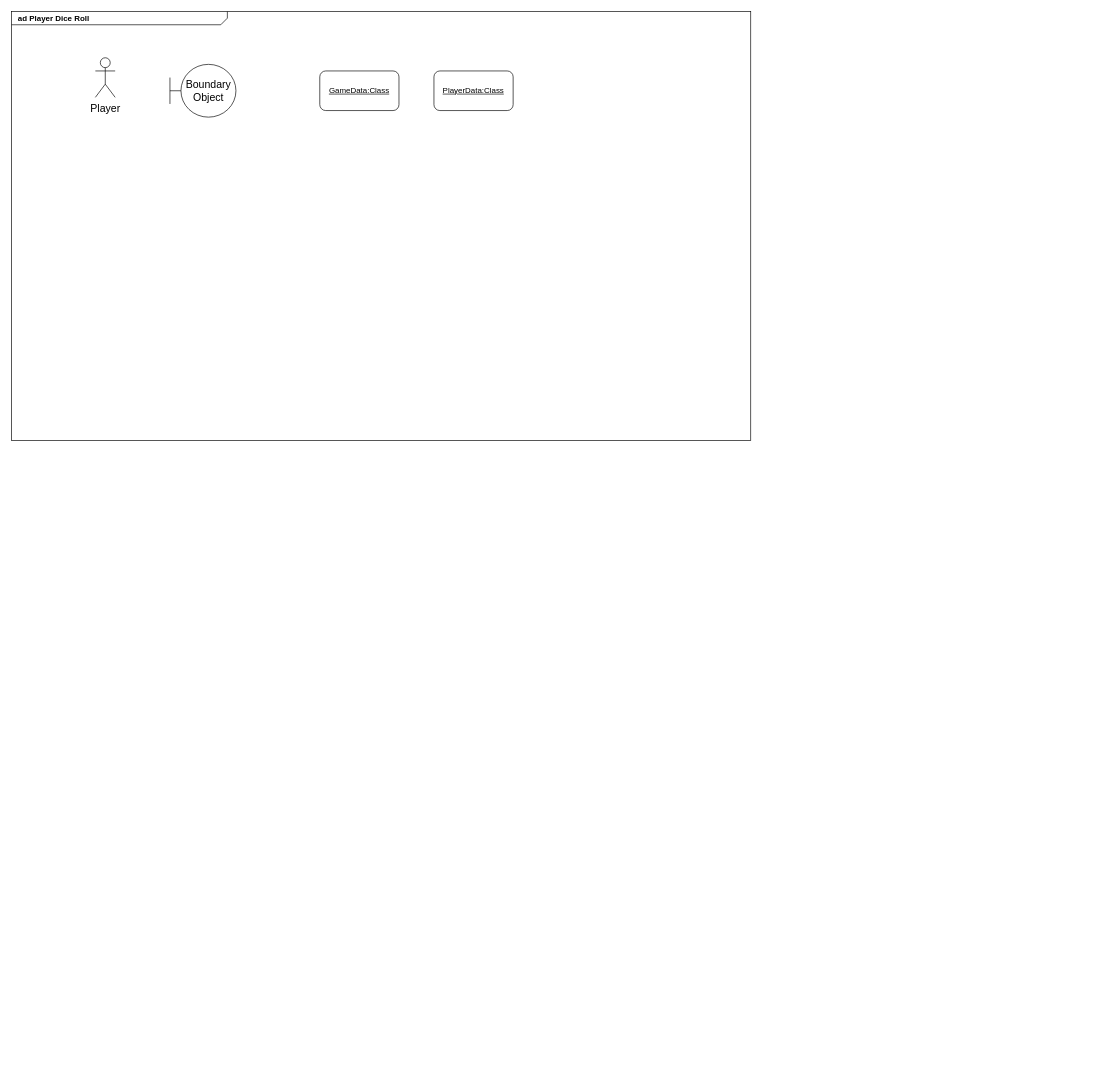
Before: Untitled Diagram.drawio in ZBrr271/Diagrams, a draw.io diagram. Source tidied: cells renumbered, new cells numbered last; positions are measured from the earlier drawing's top-left corner, leaving out a move shared by most shapes. Both pictures are drawn from the tidied source at 66%, with x=0, y=0 at pixel (11, 11).
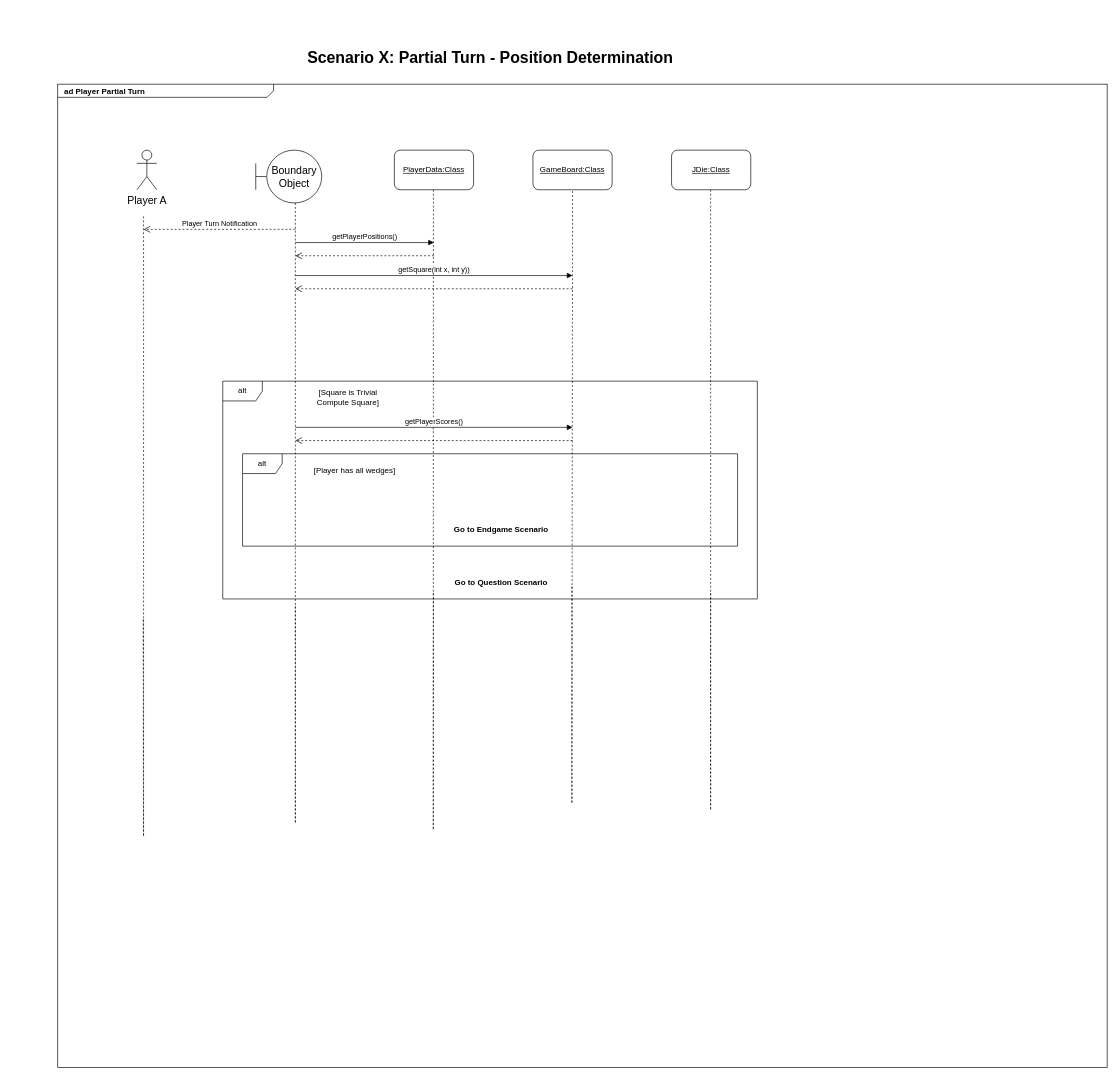
Above is the later version.

The edit, as a diff of the source:
```diff
@@
-    <mxCell id="2" value="&lt;p style=&quot;margin: 0px ; margin-top: 4px ; margin-left: 10px ; text-align: left&quot;&gt;&lt;b&gt;ad Player Dice Roll&lt;/b&gt;&lt;/p&gt;" style="html=1;strokeWidth=1;shape=mxgraph.sysml.package;html=1;overflow=fill;whiteSpace=wrap;fillColor=none;gradientColor=none;fontSize=12;align=center;labelX=327.64;" parent="1" vertex="1">
-      <mxGeometry width="1120" height="650" as="geometry" />
+    <mxCell id="2" value="&lt;p style=&quot;margin: 0px ; margin-top: 4px ; margin-left: 10px ; text-align: left&quot;&gt;&lt;b&gt;ad Player Partial Turn&lt;/b&gt;&lt;/p&gt;" style="html=1;strokeWidth=1;shape=mxgraph.sysml.package;html=1;overflow=fill;whiteSpace=wrap;fillColor=none;gradientColor=none;fontSize=12;align=center;labelX=327.64;" parent="1" vertex="1">
+      <mxGeometry x="70" y="110" width="1590" height="1490" as="geometry" />
     </mxCell>
     <mxCell id="3" value="Boundary Object" style="shape=umlBoundary;whiteSpace=wrap;html=1;fontSize=16;" parent="1" vertex="1">
-      <mxGeometry x="240" y="80" width="100" height="80" as="geometry" />
+      <mxGeometry x="370" y="210" width="100" height="80" as="geometry" />
     </mxCell>
-    <mxCell id="4" value="Player" style="shape=umlActor;html=1;verticalLabelPosition=bottom;verticalAlign=top;align=center;fontSize=16;" parent="1" vertex="1">
-      <mxGeometry x="127" y="70" width="30" height="60" as="geometry" />
+    <mxCell id="4" value="Player A" style="shape=umlActor;html=1;verticalLabelPosition=bottom;verticalAlign=top;align=center;fontSize=16;" parent="1" vertex="1">
+      <mxGeometry x="190" y="210" width="30" height="60" as="geometry" />
     </mxCell>
-    <mxCell id="5" value="&lt;u&gt;GameData:Class&lt;/u&gt;" style="rounded=1;whiteSpace=wrap;html=1;" parent="1" vertex="1">
-      <mxGeometry x="467" y="90" width="120" height="60" as="geometry" />
-    </mxCell>
     <mxCell id="6" value="&lt;u&gt;PlayerData:Class&lt;/u&gt;" style="rounded=1;whiteSpace=wrap;html=1;" parent="1" vertex="1">
-      <mxGeometry x="640" y="90" width="120" height="60" as="geometry" />
+      <mxGeometry x="580" y="210" width="120" height="60" as="geometry" />
     </mxCell>
+    <mxCell id="7" value="&lt;u&gt;JDie:Class&lt;/u&gt;" style="rounded=1;whiteSpace=wrap;html=1;" parent="1" vertex="1">
+      <mxGeometry x="1000" y="210" width="120" height="60" as="geometry" />
+    </mxCell>
+    <mxCell id="8" value="&lt;u&gt;GameBoard:Class&lt;/u&gt;" style="rounded=1;whiteSpace=wrap;html=1;" parent="1" vertex="1">
+      <mxGeometry x="790" y="210" width="120" height="60" as="geometry" />
+    </mxCell>
+    <mxCell id="9" value="Scenario X: Partial Turn - Position Determination" style="text;strokeColor=none;fillColor=none;html=1;fontSize=24;fontStyle=1;verticalAlign=middle;align=center;" parent="1" vertex="1">
+      <mxGeometry x="440" y="50" width="570" height="40" as="geometry" />
+    </mxCell>
+    <mxCell id="10" style="endArrow=none;dashed=1;html=1;rounded=0;exitX=0.05;exitY=0.544;exitDx=0;exitDy=0;exitPerimeter=0;" parent="1" edge="1">
+      <mxGeometry relative="1" as="geometry">
+        <mxPoint x="199.5" y="920.6" as="sourcePoint" />
+        <mxPoint x="200" y="310" as="targetPoint" />
+        <Array as="points">
+          <mxPoint x="200" y="1250" />
+        </Array>
+      </mxGeometry>
+    </mxCell>
+    <mxCell id="11" style="endArrow=none;dashed=1;html=1;rounded=0;exitX=0.05;exitY=0.544;exitDx=0;exitDy=0;exitPerimeter=0;" parent="1" edge="1">
+      <mxGeometry relative="1" as="geometry">
+        <mxPoint x="430" y="901" as="sourcePoint" />
+        <mxPoint x="430" y="290" as="targetPoint" />
+        <Array as="points">
+          <mxPoint x="430" y="1230" />
+        </Array>
+      </mxGeometry>
+    </mxCell>
+    <mxCell id="12" style="endArrow=none;dashed=1;html=1;rounded=0;exitX=0.05;exitY=0.544;exitDx=0;exitDy=0;exitPerimeter=0;" parent="1" edge="1">
+      <mxGeometry relative="1" as="geometry">
+        <mxPoint x="1059.2" y="881" as="sourcePoint" />
+        <mxPoint x="1059.2" y="270" as="targetPoint" />
+        <Array as="points">
+          <mxPoint x="1059.2" y="1210" />
+        </Array>
+      </mxGeometry>
+    </mxCell>
+    <mxCell id="13" style="endArrow=none;dashed=1;html=1;rounded=0;exitX=0.05;exitY=0.544;exitDx=0;exitDy=0;exitPerimeter=0;" parent="1" edge="1">
+      <mxGeometry relative="1" as="geometry">
+        <mxPoint x="639.2" y="881" as="sourcePoint" />
+        <mxPoint x="639.2" y="270" as="targetPoint" />
+        <Array as="points">
+          <mxPoint x="639" y="1240" />
+        </Array>
+      </mxGeometry>
+    </mxCell>
+    <mxCell id="14" value="Player Turn Notification" style="html=1;verticalAlign=bottom;endArrow=open;dashed=1;endSize=8;edgeStyle=elbowEdgeStyle;elbow=vertical;curved=0;rounded=0;" parent="1" edge="1">
+      <mxGeometry relative="1" as="geometry">
+        <mxPoint x="430" y="330" as="sourcePoint" />
+        <mxPoint x="200" y="330" as="targetPoint" />
+      </mxGeometry>
+    </mxCell>
+    <mxCell id="15" value="getPlayerPositions()" style="html=1;verticalAlign=bottom;endArrow=block;edgeStyle=elbowEdgeStyle;elbow=vertical;curved=0;rounded=0;" parent="1" edge="1">
+      <mxGeometry relative="1" as="geometry">
+        <mxPoint x="430" y="350" as="sourcePoint" />
+        <mxPoint x="640" y="350" as="targetPoint" />
+      </mxGeometry>
+    </mxCell>
+    <mxCell id="16" style="html=1;verticalAlign=bottom;endArrow=open;dashed=1;endSize=8;edgeStyle=elbowEdgeStyle;elbow=vertical;curved=0;rounded=0;" parent="1" edge="1">
+      <mxGeometry relative="1" as="geometry">
+        <mxPoint x="640" y="370" as="sourcePoint" />
+        <mxPoint x="430" y="370" as="targetPoint" />
+      </mxGeometry>
+    </mxCell>
+    <mxCell id="17" value="getPlayerScores()" style="html=1;verticalAlign=bottom;endArrow=block;edgeStyle=elbowEdgeStyle;elbow=vertical;curved=0;rounded=0;" parent="1" edge="1">
+      <mxGeometry relative="1" as="geometry">
+        <mxPoint x="430" y="630" as="sourcePoint" />
+        <mxPoint x="850" y="630" as="targetPoint" />
+      </mxGeometry>
+    </mxCell>
+    <mxCell id="18" style="html=1;verticalAlign=bottom;endArrow=open;dashed=1;endSize=8;edgeStyle=elbowEdgeStyle;elbow=vertical;curved=0;rounded=0;" parent="1" edge="1">
+      <mxGeometry relative="1" as="geometry">
+        <mxPoint x="850" y="650" as="sourcePoint" />
+        <mxPoint x="430" y="650" as="targetPoint" />
+      </mxGeometry>
+    </mxCell>
+    <mxCell id="19" value="getSquare(int x, int y))" style="html=1;verticalAlign=bottom;endArrow=block;edgeStyle=elbowEdgeStyle;elbow=vertical;curved=0;rounded=0;" parent="1" edge="1">
+      <mxGeometry relative="1" as="geometry">
+        <mxPoint x="430" y="400" as="sourcePoint" />
+        <mxPoint x="850" y="400" as="targetPoint" />
+      </mxGeometry>
+    </mxCell>
+    <mxCell id="20" style="html=1;verticalAlign=bottom;endArrow=open;dashed=1;endSize=8;edgeStyle=elbowEdgeStyle;elbow=vertical;curved=0;rounded=0;" parent="1" edge="1">
+      <mxGeometry relative="1" as="geometry">
+        <mxPoint x="850" y="420" as="sourcePoint" />
+        <mxPoint x="430" y="420" as="targetPoint" />
+      </mxGeometry>
+    </mxCell>
+    <mxCell id="21" value="alt" style="shape=umlFrame;whiteSpace=wrap;html=1;" parent="1" vertex="1">
+      <mxGeometry x="320" y="560" width="810" height="330" as="geometry" />
+    </mxCell>
+    <mxCell id="22" value="[Square is Trivial Compute Square]" style="text;html=1;strokeColor=none;fillColor=none;align=center;verticalAlign=middle;whiteSpace=wrap;rounded=0;" parent="1" vertex="1">
+      <mxGeometry x="440" y="570" width="140" height="30" as="geometry" />
+    </mxCell>
+    <mxCell id="23" style="endArrow=none;dashed=1;html=1;rounded=0;exitX=0.05;exitY=0.544;exitDx=0;exitDy=0;exitPerimeter=0;entryX=0.5;entryY=1;entryDx=0;entryDy=0;" parent="1" edge="1" target="8">
+      <mxGeometry relative="1" as="geometry">
+        <mxPoint x="849" y="871" as="sourcePoint" />
+        <Array as="points">
+          <mxPoint x="849" y="1200" />
+        </Array>
+      </mxGeometry>
+    </mxCell>
+    <mxCell id="24" value="alt" style="shape=umlFrame;whiteSpace=wrap;html=1;" parent="1" vertex="1">
+      <mxGeometry x="350" y="670" width="750" height="140" as="geometry" />
+    </mxCell>
+    <mxCell id="25" value="[Player has all wedges]" style="text;html=1;strokeColor=none;fillColor=none;align=center;verticalAlign=middle;whiteSpace=wrap;rounded=0;" parent="1" vertex="1">
+      <mxGeometry x="450" y="680" width="140" height="30" as="geometry" />
+    </mxCell>
+    <mxCell id="26" value="&lt;b&gt;Go to Endgame Scenario&lt;/b&gt;" style="text;html=1;strokeColor=none;fillColor=none;align=center;verticalAlign=middle;whiteSpace=wrap;rounded=0;" parent="1" vertex="1">
+      <mxGeometry x="657" y="770" width="170" height="30" as="geometry" />
+    </mxCell>
+    <mxCell id="27" value="&lt;b&gt;Go to Question Scenario&lt;/b&gt;" style="text;html=1;strokeColor=none;fillColor=none;align=center;verticalAlign=middle;whiteSpace=wrap;rounded=0;" parent="1" vertex="1">
+      <mxGeometry x="657" y="850" width="170" height="30" as="geometry" />
+    </mxCell>
```
